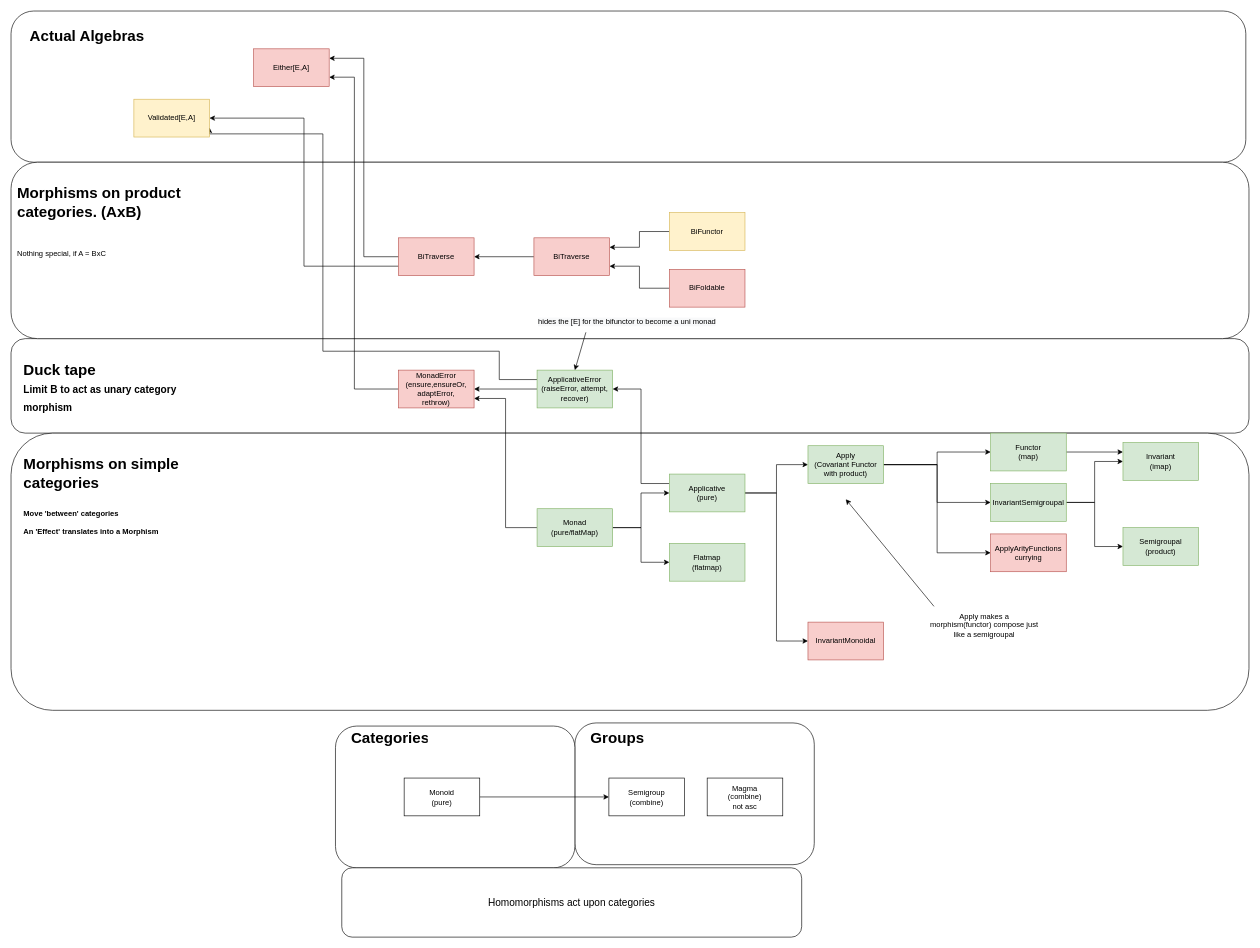
noReasonException/my-cats keeps this draw.io diagram as page "Initial Big Picture" (1 of 2) of diagram.drawio. Above is the earlier version. Source tidied: cells renumbered, new cells numbered last; positions are measured from the earlier drawing's top-left corner, leaving out a move shared by most shapes. Both pictures are drawn from the tidied source at 63%, with x=0, y=0 at pixel (11, 11).
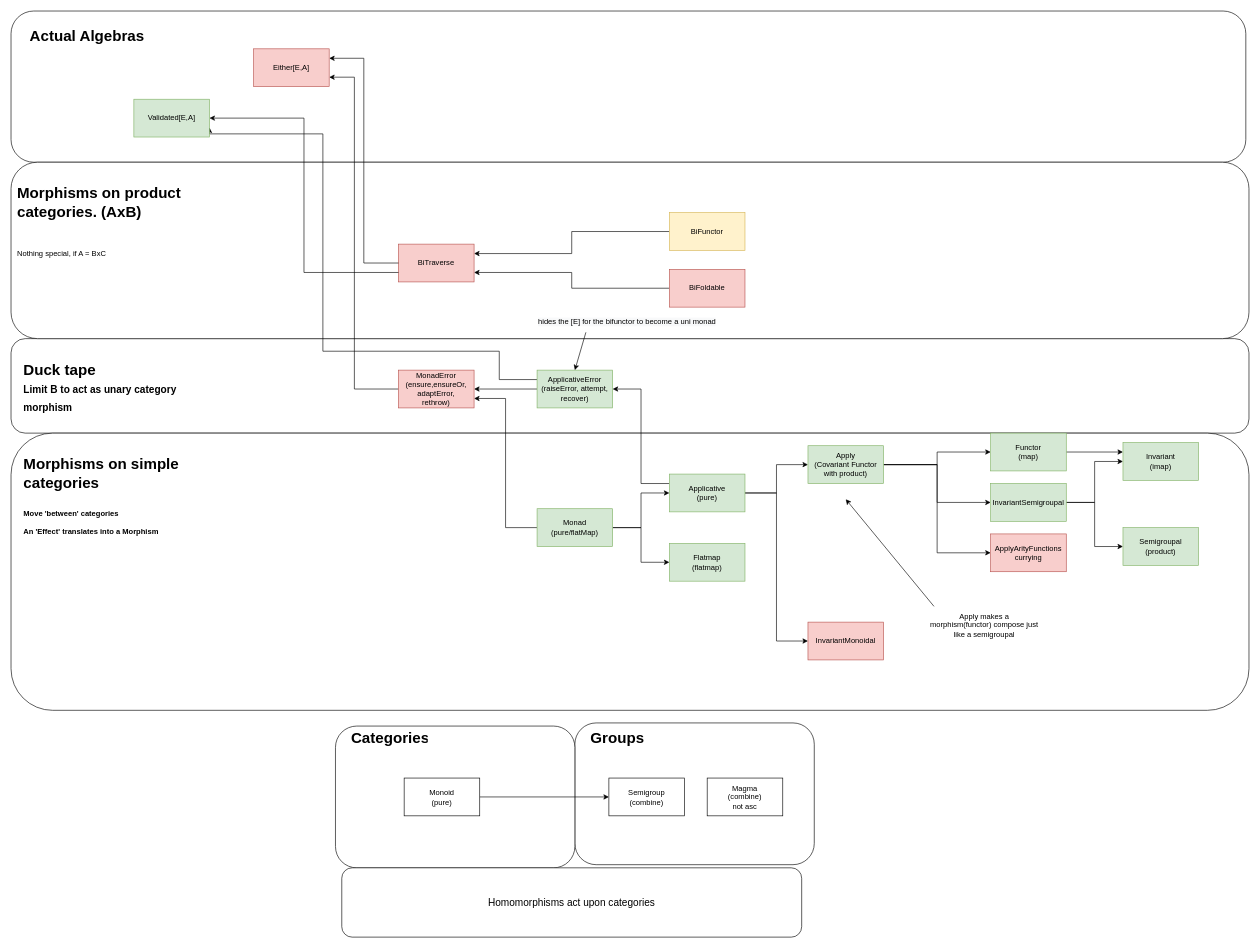
The same page after the edit.

Unchanged cells that the change refers to:
```xml
<mxCell id="56" value="Either[E,A]" style="rounded=0;whiteSpace=wrap;html=1;fillColor=#f8cecc;strokeColor=#b85450;" parent="1" vertex="1">
  <mxGeometry x="385" y="60" width="120" height="60" as="geometry" />
</mxCell>
```

Change to the diagram source:
```diff
@@
-    <mxCell id="42" style="edgeStyle=orthogonalEdgeStyle;rounded=0;jettySize=auto;html=1;exitX=0;exitY=0.5;exitDx=0;exitDy=0;entryX=1;entryY=0.5;entryDx=0;entryDy=0;fontSize=24;" parent="1" edge="1" source="43" target="46">
-      <mxGeometry relative="1" as="geometry" />
-    </mxCell>
     <mxCell id="43" value="BiTraverse" style="rounded=0;whiteSpace=wrap;html=1;fillColor=#f8cecc;strokeColor=#b85450;" parent="1" vertex="1">
-      <mxGeometry x="830" y="360" width="120" height="60" as="geometry" />
+      <mxGeometry x="615" y="370" width="120" height="60" as="geometry" />
     </mxCell>
-    <mxCell id="44" style="edgeStyle=orthogonalEdgeStyle;rounded=0;jettySize=auto;html=1;exitX=0;exitY=0.5;exitDx=0;exitDy=0;entryX=1;entryY=0.25;entryDx=0;entryDy=0;fontSize=24;" parent="1" edge="1" source="46" target="56">
+    <mxCell id="44" style="edgeStyle=orthogonalEdgeStyle;rounded=0;jettySize=auto;html=1;exitX=0;exitY=0.5;exitDx=0;exitDy=0;entryX=1;entryY=0.25;entryDx=0;entryDy=0;fontSize=24;" parent="1" edge="1" source="43" target="56">
       <mxGeometry relative="1" as="geometry" />
     </mxCell>
-    <mxCell id="45" style="edgeStyle=orthogonalEdgeStyle;rounded=0;jettySize=auto;html=1;exitX=0;exitY=0.75;exitDx=0;exitDy=0;entryX=1;entryY=0.5;entryDx=0;entryDy=0;fontSize=12;" parent="1" edge="1" source="46" target="58">
+    <mxCell id="45" style="edgeStyle=orthogonalEdgeStyle;rounded=0;jettySize=auto;html=1;exitX=0;exitY=0.75;exitDx=0;exitDy=0;entryX=1;entryY=0.5;entryDx=0;entryDy=0;fontSize=12;" parent="1" edge="1" source="43" target="58">
       <mxGeometry relative="1" as="geometry" />
     </mxCell>
-    <mxCell id="46" value="BiTraverse" style="rounded=0;whiteSpace=wrap;html=1;fillColor=#f8cecc;strokeColor=#b85450;" parent="1" vertex="1">
-      <mxGeometry x="615" y="360" width="120" height="60" as="geometry" />
-    </mxCell>
@@
-    <mxCell id="58" value="Validated[E,A]" style="rounded=0;whiteSpace=wrap;html=1;fillColor=#fff2cc;strokeColor=#d6b656;" parent="1" vertex="1">
+    <mxCell id="58" value="Validated[E,A]" style="rounded=0;whiteSpace=wrap;html=1;fillColor=#d5e8d4;strokeColor=#82b366;" parent="1" vertex="1">
       <mxGeometry x="195" y="140" width="120" height="60" as="geometry" />
     </mxCell>
```
